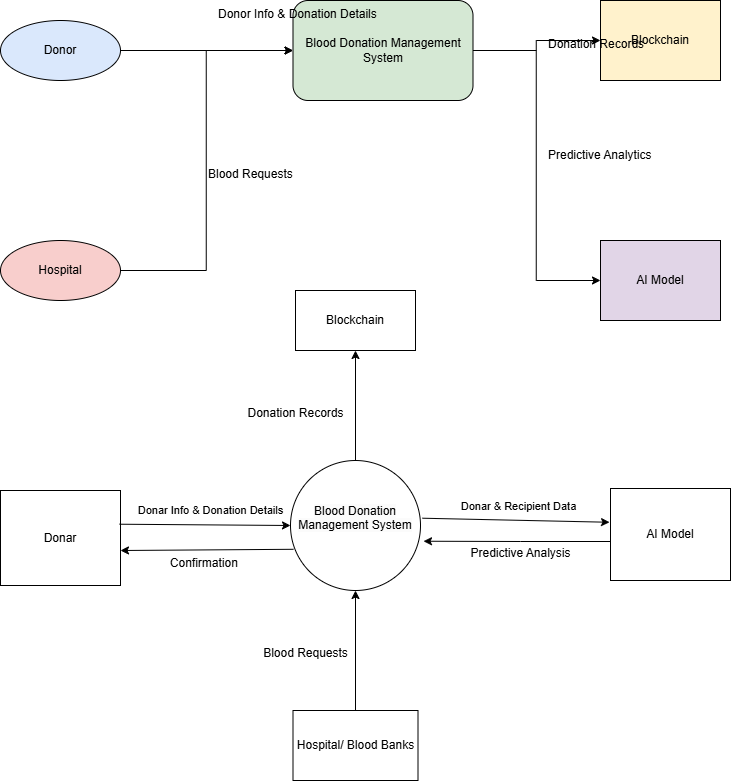
Earlier version of the draw.io export Diagram1.drawio.png (Suyash988/diagrams_for_the_blood_donation_system). Source tidied: cells renumbered, new cells last; positions are measured from the earlier drawing's top-left corner, leaving out a move shared by most shapes.
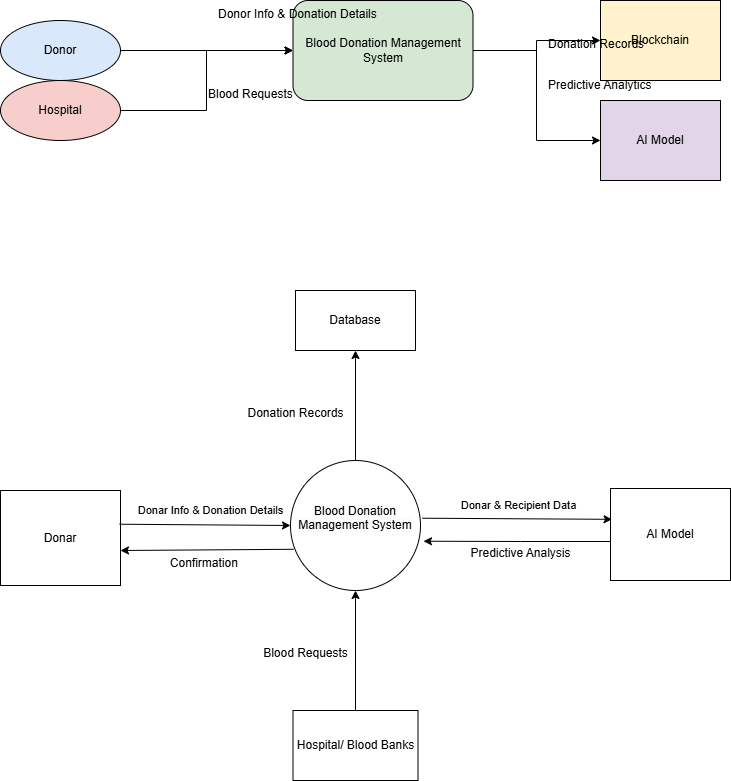
After the commit.

Diff of the diagram source:
```diff
@@ -6,7 +6,7 @@
       <mxGeometry y="20" width="120" height="60" as="geometry" />
     </mxCell>
     <mxCell id="3" value="Hospital" style="ellipse;whiteSpace=wrap;html=1;strokeColor=#000000;fillColor=#f8cecc;" parent="1" vertex="1">
-      <mxGeometry y="240" width="120" height="60" as="geometry" />
+      <mxGeometry y="80" width="120" height="60" as="geometry" />
     </mxCell>
     <mxCell id="4" value="Blood Donation Management System" style="rounded=1;whiteSpace=wrap;html=1;strokeColor=#000000;fillColor=#d5e8d4;" parent="1" vertex="1">
       <mxGeometry x="292.5" width="180" height="100" as="geometry" />
@@ -15,7 +15,7 @@
       <mxGeometry x="600" width="120" height="80" as="geometry" />
     </mxCell>
     <mxCell id="6" value="AI Model" style="shape=database;whiteSpace=wrap;html=1;strokeColor=#000000;fillColor=#e1d5e7;" parent="1" vertex="1">
-      <mxGeometry x="600" y="240" width="120" height="80" as="geometry" />
+      <mxGeometry x="600" y="100" width="120" height="80" as="geometry" />
     </mxCell>
     <mxCell id="7" style="edgeStyle=elbowEdgeStyle;rounded=0;orthogonal=0;jettySize=auto;html=1;strokeColor=#000000;" parent="1" edge="1" source="2" target="4">
       <mxGeometry relative="1" as="geometry" />
@@ -70,7 +70,7 @@
     <mxCell id="21" value="Blood Requests" style="text;html=1;align=center;verticalAlign=middle;strokeColor=none;fillColor=none;" parent="1" vertex="1">
       <mxGeometry x="250" y="638" width="110" height="30" as="geometry" />
     </mxCell>
-    <mxCell id="22" value="Blockchain" style="rounded=0;whiteSpace=wrap;html=1;" parent="1" vertex="1">
+    <mxCell id="22" value="Database" style="rounded=0;whiteSpace=wrap;html=1;" parent="1" vertex="1">
       <mxGeometry x="295" y="290" width="120" height="60" as="geometry" />
     </mxCell>
     <mxCell id="23" style="endArrow=classic;html=1;rounded=0;exitX=0.5;exitY=0;exitDx=0;exitDy=0;entryX=0.5;entryY=1;entryDx=0;entryDy=0;" parent="1" edge="1" source="17" target="22">
@@ -82,7 +82,7 @@
     <mxCell id="25" value="AI Model" style="rounded=0;whiteSpace=wrap;html=1;" parent="1" vertex="1">
       <mxGeometry x="610" y="488" width="120" height="92" as="geometry" />
     </mxCell>
-    <mxCell id="26" style="endArrow=classic;html=1;rounded=0;exitX=1.015;exitY=0.444;exitDx=0;exitDy=0;entryX=-0.008;entryY=0.367;entryDx=0;entryDy=0;exitPerimeter=0;entryPerimeter=0;" parent="1" edge="1" source="17" target="25">
+    <mxCell id="26" style="endArrow=classic;html=1;rounded=0;exitX=1.015;exitY=0.444;exitDx=0;exitDy=0;entryX=0.013;entryY=0.335;entryDx=0;entryDy=0;exitPerimeter=0;entryPerimeter=0;" parent="1" edge="1" source="17" target="25">
       <mxGeometry relative="1" as="geometry" />
     </mxCell>
     <mxCell id="27" value="Donar &amp;amp; Recipient Data" style="edgeLabel;html=1;align=center;verticalAlign=middle;" parent="26" vertex="1">
```
